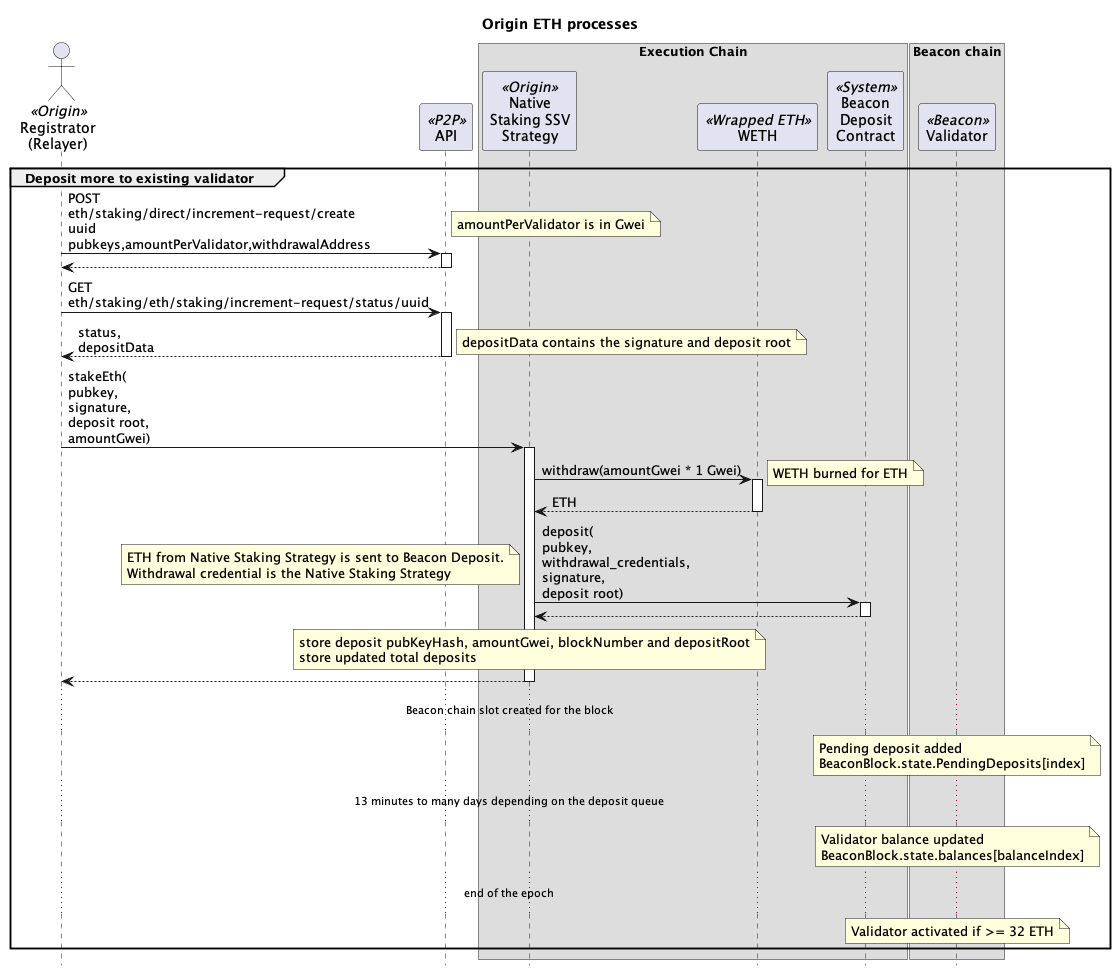
The PlantUML diagram contracts/docs/plantuml/oethProcesses-deposit-existing.png in OriginProtocol/origin-dollar, before a commit. The source it was exported from:
```plantuml
@startuml

skinparam tabSize 2
hide footbox

title "Origin ETH processes"

actor "Registrator\n(Relayer)" as reg <<Origin>>
participant "API" as api <<P2P>>

box "Execution Chain"
participant "Native\nStaking SSV\nStrategy" as nativeStrat <<Origin>>
participant "WETH" as weth <<Wrapped ETH>>
participant "Beacon\nDeposit\nContract" as dep <<System>>
end box

box "Beacon chain"
participant "Validator" as val <<Beacon>>
end box























group Deposit more to existing validator

reg -> api: POST\neth/staking/direct/increment-request/create\nuuid\npubkeys,amountPerValidator,withdrawalAddress
activate api
note right: amountPerValidator is in Gwei
return

reg -> api: GET\neth/staking/eth/staking/increment-request/status/uuid
activate api
return status,\ndepositData
note right : depositData contains the signature and deposit root

reg -> nativeStrat : stakeEth(\npubkey,\nsignature,\ndeposit root,\namountGwei)
activate nativeStrat
nativeStrat -> weth : withdraw(amountGwei * 1 Gwei)
activate weth
note right : WETH burned for ETH
return ETH

nativeStrat -> dep : deposit(\npubkey,\nwithdrawal_credentials,\nsignature,\ndeposit root)
activate dep
note left
ETH from Native Staking Strategy is sent to Beacon Deposit.
Withdrawal credential is the Native Staking Strategy
end note
return

note over nativeStrat
store deposit pubKeyHash, amountGwei, blockNumber and depositRoot
store updated total deposits
end note
return

... Beacon chain slot created for the block ...

note over val : Pending deposit added\nBeaconBlock.state.PendingDeposits[index]

... 13 minutes to many days depending on the deposit queue ...

note over val: Validator balance updated\nBeaconBlock.state.balances[balanceIndex]

... end of the epoch ...

note over val: Validator activated if >= 32 ETH

end group
























































































@enduml
```
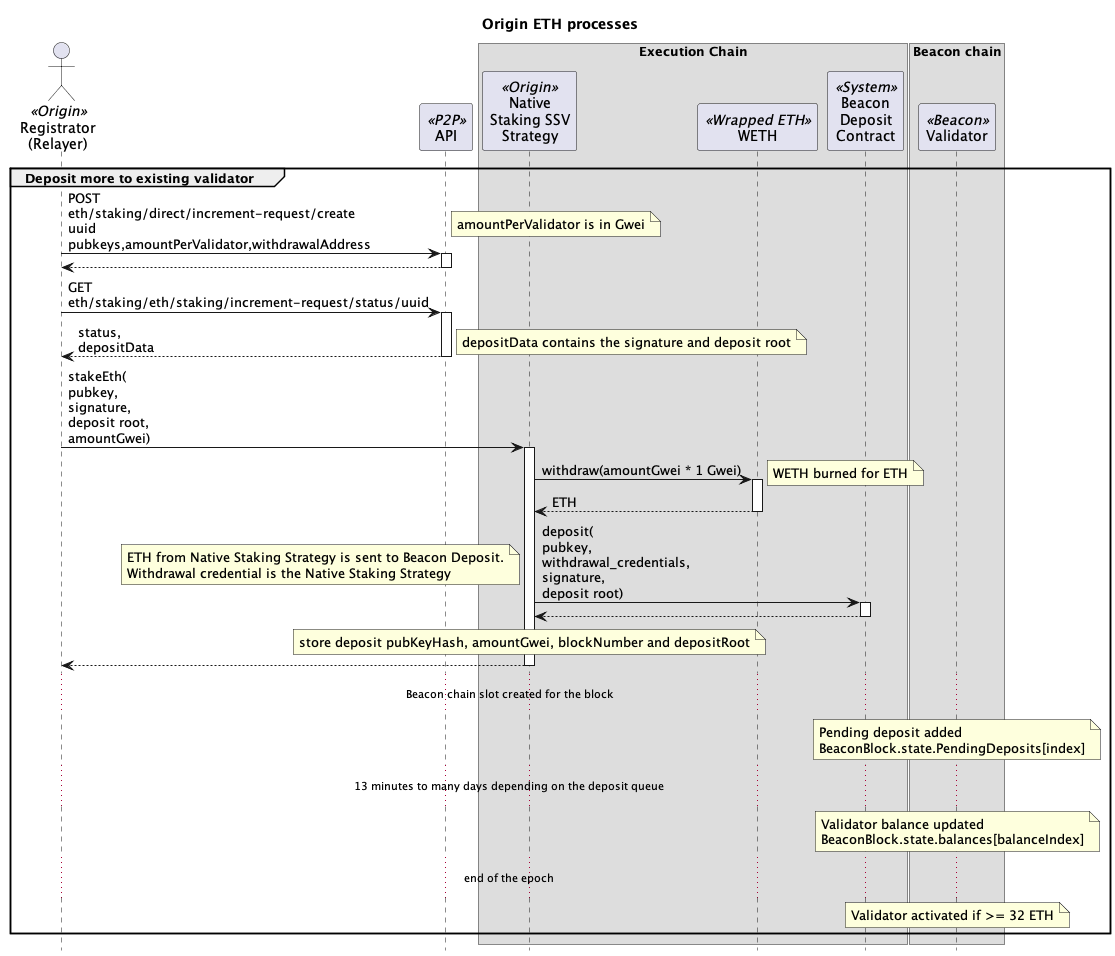
The same diagram one commit later.

Commit message:
Updated deposit diagrams

The edit, as a diff of the source:
```diff
@@ -69,7 +69,6 @@
 
 note over nativeStrat
 store deposit pubKeyHash, amountGwei, blockNumber and depositRoot
-store updated total deposits
 end note
 return
 
@@ -174,4 +173,6 @@
 
 
 
+
+
 @enduml
```
